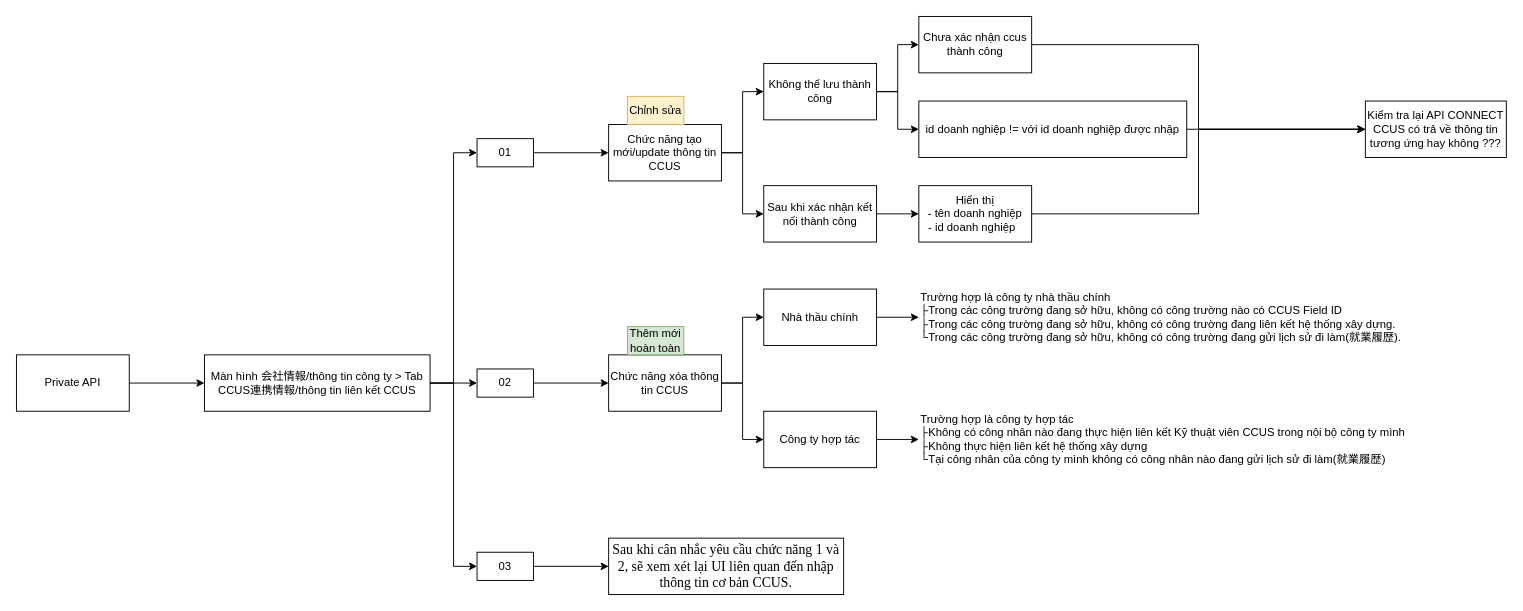
Earlier version of the draw.io diagram page "B-273" (8 of 9) of Spec tháng 7.drawio (hoangpn256/diagram). Source tidied: cells renumbered, new cells numbered last; positions are measured from the earlier drawing's top-left corner, leaving out a move shared by most shapes. Both pictures are drawn from the tidied source at 94%, with x=0, y=0 at pixel (16, 16).
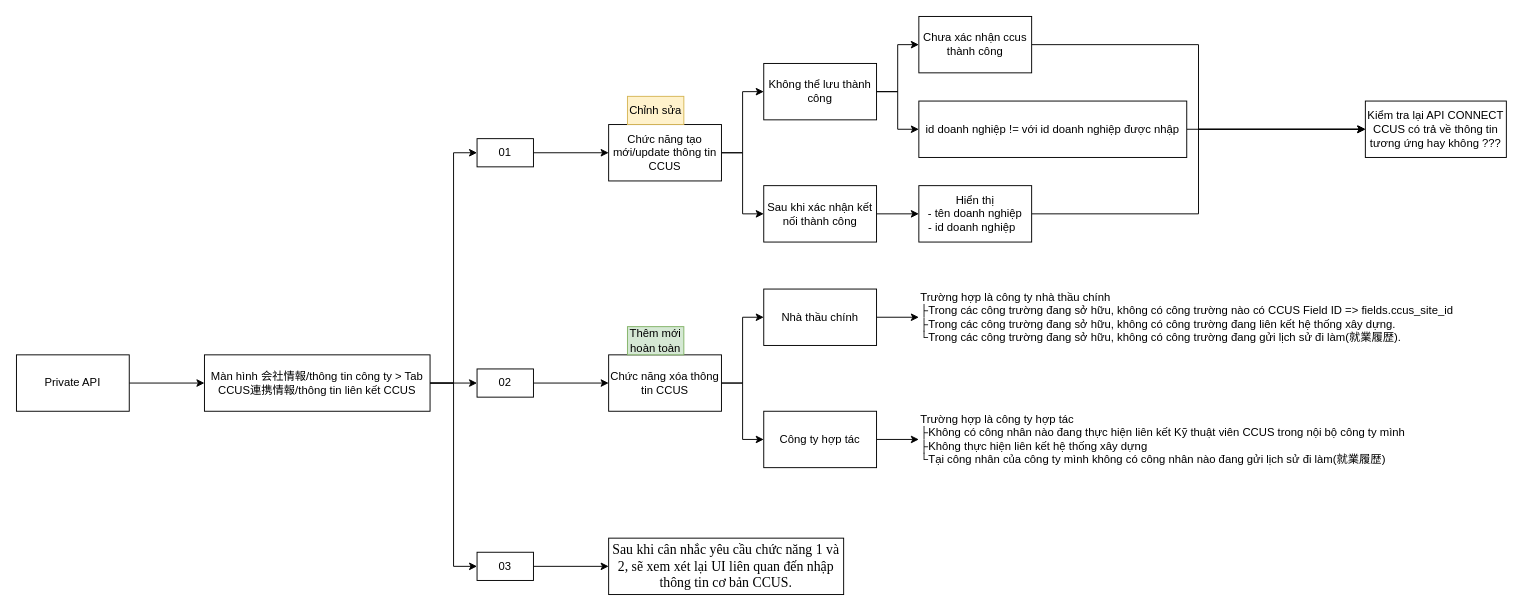
The same page after the edit.

The edit, as a diff of the source:
```diff
@@
-    <mxCell id="33" value="Trường hợp là công ty nhà thầu chính&#10;├Trong các công trường đang sở hữu, không có công trường nào có CCUS Field ID&#10;├Trong các công trường đang sở hữu, không có công trường đang liên kết hệ thống xây dựng.&#10;└Trong các công trường đang sở hữu, không có công trường đang gửi lịch sử đi làm(就業履歴)." style="text;whiteSpace=wrap;html=1;" parent="1" vertex="1">
-      <mxGeometry x="960" y="285" width="550" height="70" as="geometry" />
+    <mxCell id="33" value="Trường hợp là công ty nhà thầu chính&lt;br&gt;├Trong các công trường đang sở hữu, không có công trường nào có CCUS Field ID =&amp;gt; fields.ccus_site_id&lt;br&gt;├Trong các công trường đang sở hữu, không có công trường đang liên kết hệ thống xây dựng.&lt;br&gt;└Trong các công trường đang sở hữu, không có công trường đang gửi lịch sử đi làm(就業履歴)." style="text;whiteSpace=wrap;html=1;" parent="1" vertex="1">
+      <mxGeometry x="960" y="285" width="600" height="70" as="geometry" />
     </mxCell>
```
